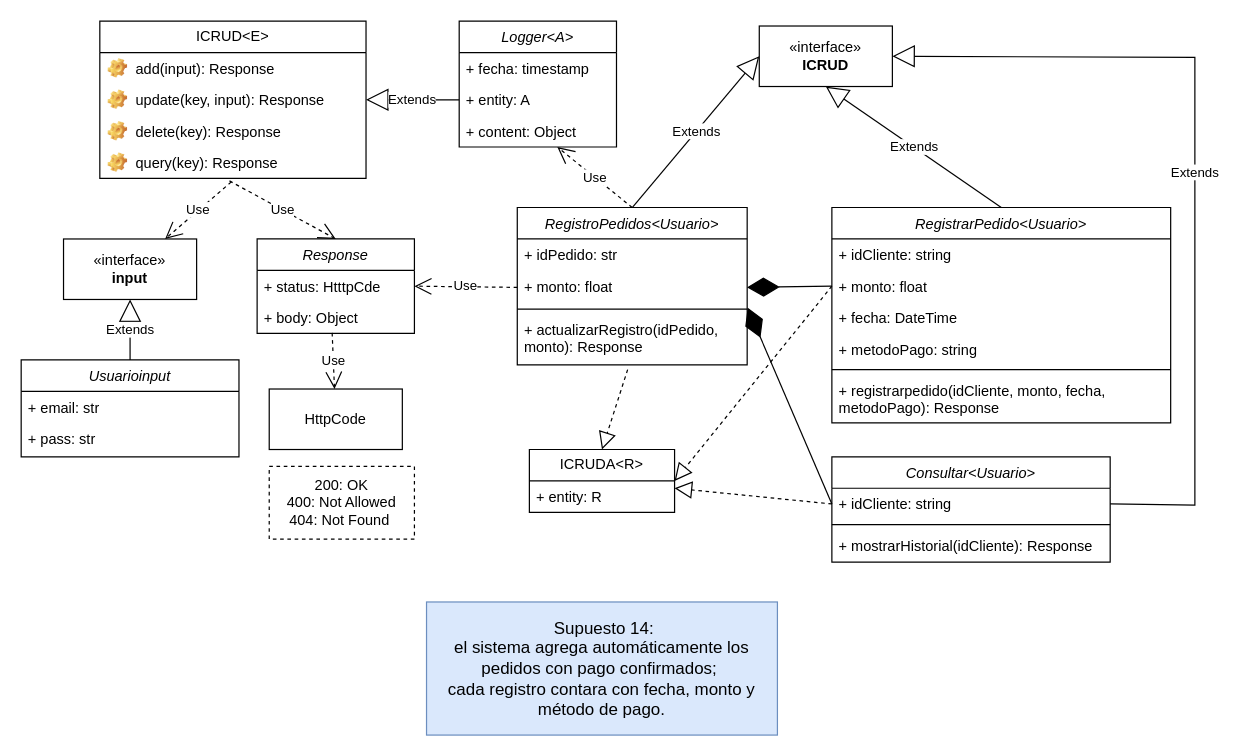
Above: Front-End_Sprint/Diagrama Supuesto14.drawio in Giggin-html/dwm4 (draw.io), before the change. Source tidied: cells renumbered, new cells numbered last; positions are measured from the earlier drawing's top-left corner, leaving out a move shared by most shapes. Both pictures are drawn from the tidied source at 121%, with x=0, y=0 at pixel (21, 21).
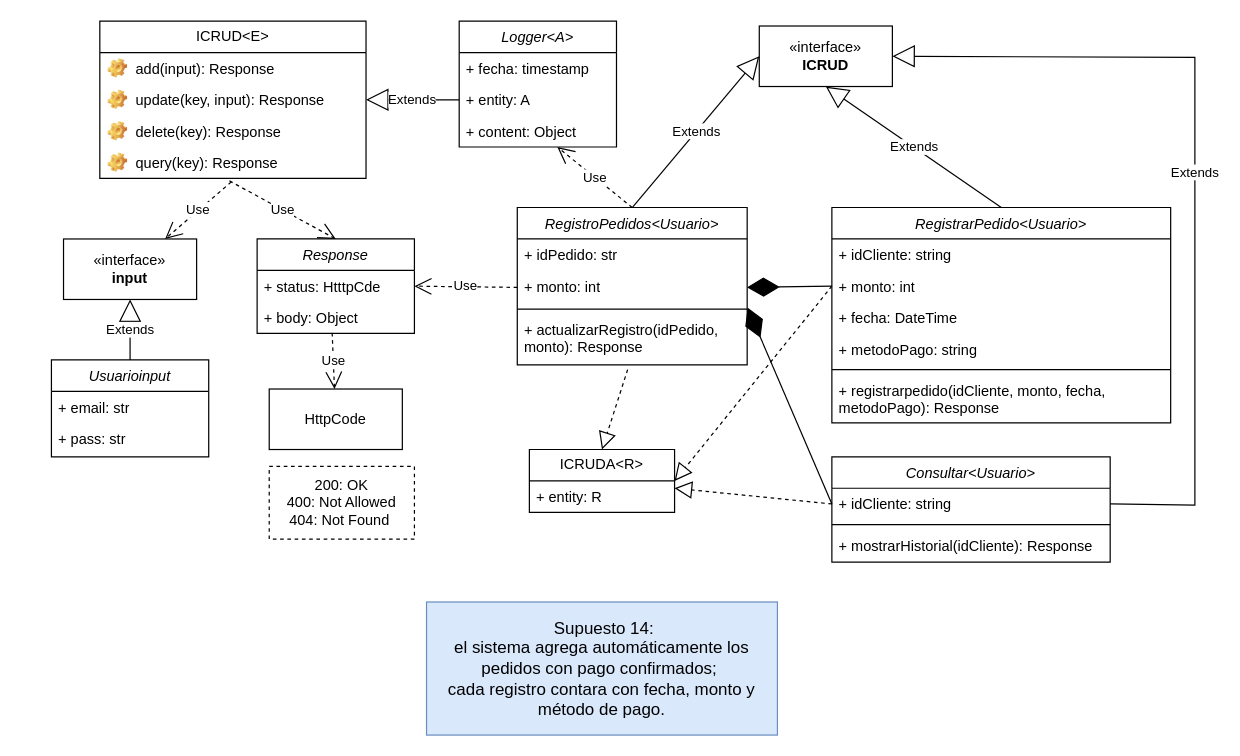
After the change.

The change refers to these unchanged cells:
```xml
<mxCell id="36" value="RegistrarPedido&lt;Usuario&gt;" style="swimlane;fontStyle=2;align=center;verticalAlign=top;horizontal=1;startSize=26;rounded=0;shadow=0;strokeWidth=1;" parent="1" vertex="1">
  <mxGeometry x="670" y="154" width="280" height="178" as="geometry" />
</mxCell>
<mxCell id="43" value="RegistroPedidos&lt;Usuario&gt;" style="swimlane;fontStyle=2;align=center;verticalAlign=top;horizontal=1;startSize=26;rounded=0;shadow=0;strokeWidth=1;" parent="1" vertex="1">
  <mxGeometry x="410" y="154" width="190" height="130" as="geometry" />
</mxCell>
```

What changed in the source:
```diff
@@
     <mxCell id="14" value="Usuarioinput" style="swimlane;fontStyle=2;align=center;verticalAlign=top;horizontal=1;startSize=26;rounded=0;shadow=0;strokeWidth=1;" parent="1" vertex="1">
-      <mxGeometry y="280" width="180" height="80" as="geometry" />
+      <mxGeometry x="25" y="280" width="130" height="80" as="geometry" />
     </mxCell>
     <mxCell id="15" value="+ email: str" style="text;strokeColor=none;fillColor=none;align=left;verticalAlign=top;spacingLeft=4;spacingRight=4;overflow=hidden;whiteSpace=wrap;html=1;" parent="14" vertex="1">
-      <mxGeometry y="26" width="180" height="26" as="geometry" />
+      <mxGeometry y="26" width="130" height="26" as="geometry" />
     </mxCell>
     <mxCell id="16" value="+ pass: str" style="text;strokeColor=none;fillColor=none;align=left;verticalAlign=top;spacingLeft=4;spacingRight=4;overflow=hidden;whiteSpace=wrap;html=1;" parent="14" vertex="1">
-      <mxGeometry y="52" width="180" height="26" as="geometry" />
+      <mxGeometry y="52" width="130" height="26" as="geometry" />
     </mxCell>
@@
-    <mxCell id="38" value="+ monto: float" style="text;strokeColor=none;fillColor=none;align=left;verticalAlign=top;spacingLeft=4;spacingRight=4;overflow=hidden;points=[[0,0.5],[1,0.5]];portConstraint=eastwest;whiteSpace=wrap;html=1;" parent="36" vertex="1">
+    <mxCell id="38" value="+ monto: int" style="text;strokeColor=none;fillColor=none;align=left;verticalAlign=top;spacingLeft=4;spacingRight=4;overflow=hidden;points=[[0,0.5],[1,0.5]];portConstraint=eastwest;whiteSpace=wrap;html=1;" parent="36" vertex="1">
       <mxGeometry y="52" width="280" height="26" as="geometry" />
     </mxCell>
@@
-    <mxCell id="45" value="+ monto: float" style="text;strokeColor=none;fillColor=none;align=left;verticalAlign=top;spacingLeft=4;spacingRight=4;overflow=hidden;points=[[0,0.5],[1,0.5]];portConstraint=eastwest;whiteSpace=wrap;html=1;" parent="43" vertex="1">
+    <mxCell id="45" value="+ monto: int" style="text;strokeColor=none;fillColor=none;align=left;verticalAlign=top;spacingLeft=4;spacingRight=4;overflow=hidden;points=[[0,0.5],[1,0.5]];portConstraint=eastwest;whiteSpace=wrap;html=1;" parent="43" vertex="1">
       <mxGeometry y="52" width="190" height="28" as="geometry" />
     </mxCell>
```
